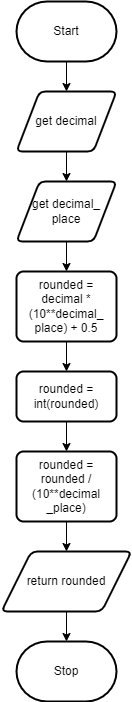
Above: designs/flowchart.png in KaitlynIp64/ICS3UR-Unit-5-06-Python (draw.io), before the change. Source tidied: cells renumbered, new cells last; positions are measured from the earlier drawing's top-left corner, leaving out a move shared by most shapes. Its diagram source:
```xml
<mxGraphModel>
  <root>
    <mxCell id="0" />
    <mxCell id="1" parent="0" />
    <mxCell id="2" style="edgeStyle=none;html=1;exitX=0.5;exitY=1;exitDx=0;exitDy=0;exitPerimeter=0;entryX=0.5;entryY=0;entryDx=0;entryDy=0;" parent="1" edge="1" source="3" target="5">
      <mxGeometry relative="1" as="geometry" />
    </mxCell>
    <mxCell id="3" value="Start" style="strokeWidth=2;html=1;shape=mxgraph.flowchart.terminator;whiteSpace=wrap;" parent="1" vertex="1">
      <mxGeometry x="15" width="100" height="60" as="geometry" />
    </mxCell>
    <mxCell id="4" style="edgeStyle=none;html=1;exitX=0.5;exitY=1;exitDx=0;exitDy=0;entryX=0.5;entryY=0;entryDx=0;entryDy=0;" parent="1" edge="1" source="5" target="7">
      <mxGeometry relative="1" as="geometry" />
    </mxCell>
    <mxCell id="5" value="get decimal" style="shape=parallelogram;html=1;strokeWidth=2;perimeter=parallelogramPerimeter;whiteSpace=wrap;rounded=1;arcSize=12;size=0.23;" parent="1" vertex="1">
      <mxGeometry x="15" y="90" width="100" height="60" as="geometry" />
    </mxCell>
    <mxCell id="6" style="edgeStyle=none;html=1;exitX=0.5;exitY=1;exitDx=0;exitDy=0;entryX=0.5;entryY=0;entryDx=0;entryDy=0;" parent="1" edge="1" source="7" target="9">
      <mxGeometry relative="1" as="geometry" />
    </mxCell>
    <mxCell id="7" value="get decimal_&lt;br&gt;place" style="shape=parallelogram;html=1;strokeWidth=2;perimeter=parallelogramPerimeter;whiteSpace=wrap;rounded=1;arcSize=12;size=0.23;" parent="1" vertex="1">
      <mxGeometry x="15" y="180" width="100" height="60" as="geometry" />
    </mxCell>
    <mxCell id="8" style="edgeStyle=none;html=1;exitX=0.5;exitY=1;exitDx=0;exitDy=0;entryX=0.5;entryY=0;entryDx=0;entryDy=0;" parent="1" edge="1" source="9" target="11">
      <mxGeometry relative="1" as="geometry" />
    </mxCell>
    <mxCell id="9" value="rounded = decimal * (10**decimal_&lt;br&gt;place) + 0.5" style="rounded=1;whiteSpace=wrap;html=1;absoluteArcSize=1;arcSize=14;strokeWidth=2;" parent="1" vertex="1">
      <mxGeometry x="15" y="270" width="100" height="70" as="geometry" />
    </mxCell>
    <mxCell id="10" style="edgeStyle=none;html=1;exitX=0.5;exitY=1;exitDx=0;exitDy=0;entryX=0.5;entryY=0;entryDx=0;entryDy=0;" parent="1" edge="1" source="11" target="13">
      <mxGeometry relative="1" as="geometry" />
    </mxCell>
    <mxCell id="11" value="rounded = int(rounded)" style="rounded=1;whiteSpace=wrap;html=1;absoluteArcSize=1;arcSize=14;strokeWidth=2;" parent="1" vertex="1">
      <mxGeometry x="15" y="370" width="100" height="50" as="geometry" />
    </mxCell>
    <mxCell id="12" style="edgeStyle=none;html=1;exitX=0.5;exitY=1;exitDx=0;exitDy=0;entryX=0.5;entryY=0;entryDx=0;entryDy=0;" parent="1" edge="1" source="13" target="15">
      <mxGeometry relative="1" as="geometry" />
    </mxCell>
    <mxCell id="13" value="rounded = rounded / (10**decimal&lt;br&gt;_place)" style="rounded=1;whiteSpace=wrap;html=1;absoluteArcSize=1;arcSize=14;strokeWidth=2;" parent="1" vertex="1">
      <mxGeometry x="15" y="450" width="100" height="70" as="geometry" />
    </mxCell>
    <mxCell id="14" style="edgeStyle=none;html=1;exitX=0.5;exitY=1;exitDx=0;exitDy=0;entryX=0.5;entryY=0;entryDx=0;entryDy=0;entryPerimeter=0;" parent="1" edge="1" source="15" target="16">
      <mxGeometry relative="1" as="geometry" />
    </mxCell>
    <mxCell id="15" value="return rounded" style="shape=parallelogram;html=1;strokeWidth=2;perimeter=parallelogramPerimeter;whiteSpace=wrap;rounded=1;arcSize=12;size=0.23;" parent="1" vertex="1">
      <mxGeometry y="550" width="130" height="60" as="geometry" />
    </mxCell>
    <mxCell id="16" value="Stop" style="strokeWidth=2;html=1;shape=mxgraph.flowchart.terminator;whiteSpace=wrap;" parent="1" vertex="1">
      <mxGeometry x="15" y="640" width="100" height="60" as="geometry" />
    </mxCell>
  </root>
</mxGraphModel>
```
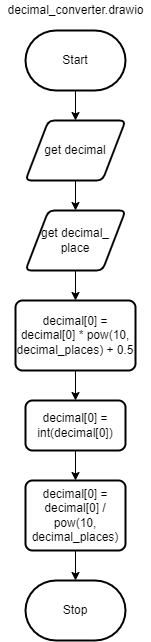
Later version of the same file.

The edit, as a diff of the source:
```diff
@@ -23,29 +23,26 @@
     <mxCell id="8" style="edgeStyle=none;html=1;exitX=0.5;exitY=1;exitDx=0;exitDy=0;entryX=0.5;entryY=0;entryDx=0;entryDy=0;" parent="1" edge="1" source="9" target="11">
       <mxGeometry relative="1" as="geometry" />
     </mxCell>
-    <mxCell id="9" value="rounded = decimal * (10**decimal_&lt;br&gt;place) + 0.5" style="rounded=1;whiteSpace=wrap;html=1;absoluteArcSize=1;arcSize=14;strokeWidth=2;" parent="1" vertex="1">
-      <mxGeometry x="15" y="270" width="100" height="70" as="geometry" />
+    <mxCell id="9" value="decimal[0] = decimal[0] * pow(10, decimal_places) + 0.5" style="rounded=1;whiteSpace=wrap;html=1;absoluteArcSize=1;arcSize=14;strokeWidth=2;" parent="1" vertex="1">
+      <mxGeometry x="5" y="270" width="120" height="70" as="geometry" />
     </mxCell>
     <mxCell id="10" style="edgeStyle=none;html=1;exitX=0.5;exitY=1;exitDx=0;exitDy=0;entryX=0.5;entryY=0;entryDx=0;entryDy=0;" parent="1" edge="1" source="11" target="13">
       <mxGeometry relative="1" as="geometry" />
     </mxCell>
-    <mxCell id="11" value="rounded = int(rounded)" style="rounded=1;whiteSpace=wrap;html=1;absoluteArcSize=1;arcSize=14;strokeWidth=2;" parent="1" vertex="1">
+    <mxCell id="11" value="decimal[0] = int(decimal[0])" style="rounded=1;whiteSpace=wrap;html=1;absoluteArcSize=1;arcSize=14;strokeWidth=2;" parent="1" vertex="1">
       <mxGeometry x="15" y="370" width="100" height="50" as="geometry" />
     </mxCell>
-    <mxCell id="12" style="edgeStyle=none;html=1;exitX=0.5;exitY=1;exitDx=0;exitDy=0;entryX=0.5;entryY=0;entryDx=0;entryDy=0;" parent="1" edge="1" source="13" target="15">
+    <mxCell id="12" style="edgeStyle=none;html=1;exitX=0.5;exitY=1;exitDx=0;exitDy=0;entryX=0.5;entryY=0;entryDx=0;entryDy=0;entryPerimeter=0;" parent="1" edge="1" source="13" target="16">
       <mxGeometry relative="1" as="geometry" />
     </mxCell>
-    <mxCell id="13" value="rounded = rounded / (10**decimal&lt;br&gt;_place)" style="rounded=1;whiteSpace=wrap;html=1;absoluteArcSize=1;arcSize=14;strokeWidth=2;" parent="1" vertex="1">
+    <mxCell id="13" value="decimal[0] = decimal[0] / pow(10, decimal_places)" style="rounded=1;whiteSpace=wrap;html=1;absoluteArcSize=1;arcSize=14;strokeWidth=2;" parent="1" vertex="1">
       <mxGeometry x="15" y="450" width="100" height="70" as="geometry" />
     </mxCell>
-    <mxCell id="14" style="edgeStyle=none;html=1;exitX=0.5;exitY=1;exitDx=0;exitDy=0;entryX=0.5;entryY=0;entryDx=0;entryDy=0;entryPerimeter=0;" parent="1" edge="1" source="15" target="16">
-      <mxGeometry relative="1" as="geometry" />
-    </mxCell>
-    <mxCell id="15" value="return rounded" style="shape=parallelogram;html=1;strokeWidth=2;perimeter=parallelogramPerimeter;whiteSpace=wrap;rounded=1;arcSize=12;size=0.23;" parent="1" vertex="1">
-      <mxGeometry y="550" width="130" height="60" as="geometry" />
-    </mxCell>
     <mxCell id="16" value="Stop" style="strokeWidth=2;html=1;shape=mxgraph.flowchart.terminator;whiteSpace=wrap;" parent="1" vertex="1">
-      <mxGeometry x="15" y="640" width="100" height="60" as="geometry" />
+      <mxGeometry x="15" y="550" width="100" height="60" as="geometry" />
     </mxCell>
+    <mxCell id="17" value="decimal_converter.drawio" style="text;html=1;align=center;verticalAlign=middle;strokeColor=none;fillColor=none;" parent="1" vertex="1">
+      <mxGeometry x="-10" y="-30" width="150" height="20" as="geometry" />
+    </mxCell>
   </root>
 </mxGraphModel>
```
